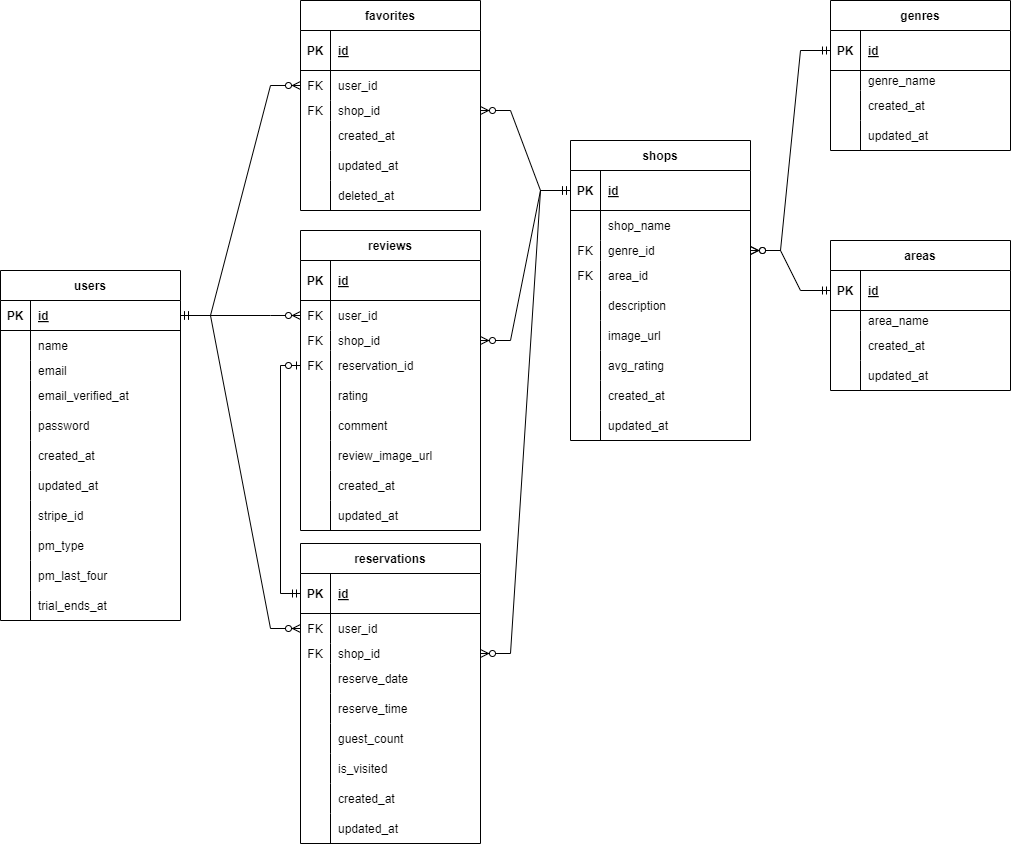
eto0831/reservation-2 keeps this draw.io diagram as .drawio.png. Above is the earlier version. Source tidied: cells renumbered, new cells last; positions are measured from the earlier drawing's top-left corner, leaving out a move shared by most shapes.
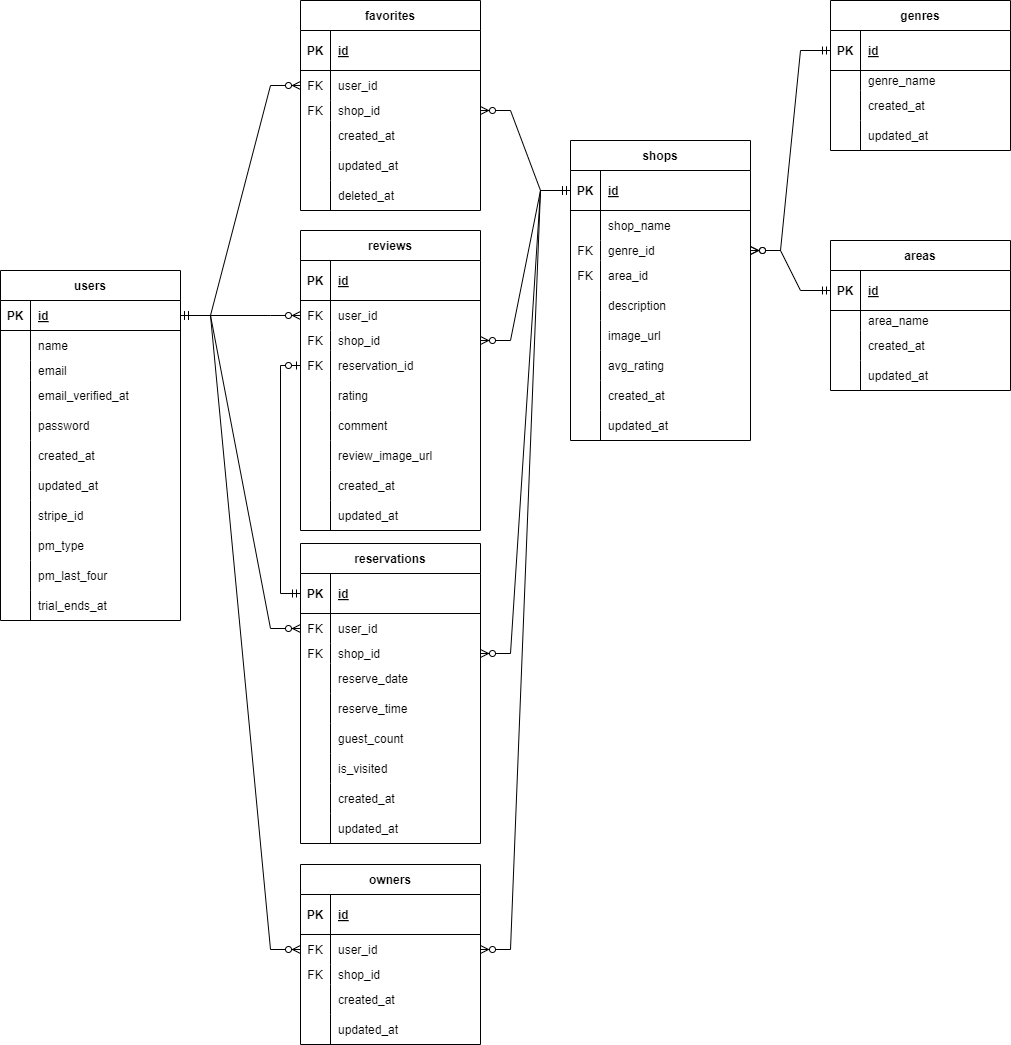
Later version of the same file.

The edit, as a diff of the source:
```diff
@@ -522,5 +522,59 @@
         </Array>
       </mxGeometry>
     </mxCell>
+    <mxCell id="174" value="owners" style="shape=table;startSize=30;rowLines=0;fontStyle=1;align=center;" parent="1" vertex="1">
+      <mxGeometry x="300" y="864" width="180" height="180" as="geometry" />
+    </mxCell>
+    <mxCell id="175" style="shape=tableRow;horizontal=0;startSize=0;swimlaneHead=0;swimlaneBody=0;fillColor=none;top=0;left=0;right=0;bottom=1;" parent="174" vertex="1">
+      <mxGeometry y="30" width="180" height="40" as="geometry" />
+    </mxCell>
+    <mxCell id="176" value="PK" style="shape=partialRectangle;fillColor=none;top=0;left=0;bottom=0;right=0;fontStyle=1;overflow=hidden;" parent="175" vertex="1">
+      <mxGeometry width="30" height="40" as="geometry" />
+    </mxCell>
+    <mxCell id="177" value="id" style="shape=partialRectangle;fillColor=none;top=0;left=0;bottom=0;right=0;align=left;spacingLeft=6;fontStyle=5;overflow=hidden;" parent="175" vertex="1">
+      <mxGeometry x="30" width="150" height="40" as="geometry" />
+    </mxCell>
+    <mxCell id="178" style="shape=tableRow;horizontal=0;startSize=0;swimlaneHead=0;swimlaneBody=0;fillColor=none;points=[[0,0.5],[1,0.5]];portConstraint=eastwest;top=0;left=0;right=0;bottom=0;" parent="174" vertex="1">
+      <mxGeometry y="70" width="180" height="30" as="geometry" />
+    </mxCell>
+    <mxCell id="179" value="FK" style="shape=partialRectangle;fillColor=none;top=0;left=0;bottom=0;right=0;overflow=hidden;" parent="178" vertex="1">
+      <mxGeometry width="30" height="30" as="geometry" />
+    </mxCell>
+    <mxCell id="180" value="user_id" style="shape=partialRectangle;fillColor=none;top=0;left=0;bottom=0;right=0;align=left;spacingLeft=6;overflow=hidden;" parent="178" vertex="1">
+      <mxGeometry x="30" width="150" height="30" as="geometry" />
+    </mxCell>
+    <mxCell id="181" style="shape=tableRow;horizontal=0;startSize=0;swimlaneHead=0;swimlaneBody=0;fillColor=none;top=0;left=0;right=0;bottom=0;" parent="174" vertex="1">
+      <mxGeometry y="100" width="180" height="20" as="geometry" />
+    </mxCell>
+    <mxCell id="182" value="FK" style="shape=partialRectangle;fillColor=none;top=0;left=0;bottom=0;right=0;overflow=hidden;" parent="181" vertex="1">
+      <mxGeometry width="30" height="20" as="geometry" />
+    </mxCell>
+    <mxCell id="183" value="shop_id" style="shape=partialRectangle;fillColor=none;top=0;left=0;bottom=0;right=0;align=left;spacingLeft=6;overflow=hidden;" parent="181" vertex="1">
+      <mxGeometry x="30" width="150" height="20" as="geometry" />
+    </mxCell>
+    <mxCell id="184" style="shape=tableRow;horizontal=0;startSize=0;swimlaneHead=0;swimlaneBody=0;fillColor=none;top=0;left=0;right=0;bottom=0;" parent="174" vertex="1">
+      <mxGeometry y="120" width="180" height="30" as="geometry" />
+    </mxCell>
+    <mxCell id="185" style="shape=partialRectangle;fillColor=none;top=0;left=0;bottom=0;right=0;overflow=hidden;" parent="184" vertex="1">
+      <mxGeometry width="30" height="30" as="geometry" />
+    </mxCell>
+    <mxCell id="186" value="created_at" style="shape=partialRectangle;fillColor=none;top=0;left=0;bottom=0;right=0;align=left;spacingLeft=6;overflow=hidden;" parent="184" vertex="1">
+      <mxGeometry x="30" width="150" height="30" as="geometry" />
+    </mxCell>
+    <mxCell id="187" style="shape=tableRow;horizontal=0;startSize=0;swimlaneHead=0;swimlaneBody=0;fillColor=none;top=0;left=0;right=0;bottom=0;" parent="174" vertex="1">
+      <mxGeometry y="150" width="180" height="30" as="geometry" />
+    </mxCell>
+    <mxCell id="188" style="shape=partialRectangle;fillColor=none;top=0;left=0;bottom=0;right=0;overflow=hidden;" parent="187" vertex="1">
+      <mxGeometry width="30" height="30" as="geometry" />
+    </mxCell>
+    <mxCell id="189" value="updated_at" style="shape=partialRectangle;fillColor=none;top=0;left=0;bottom=0;right=0;align=left;spacingLeft=6;overflow=hidden;" parent="187" vertex="1">
+      <mxGeometry x="30" width="150" height="30" as="geometry" />
+    </mxCell>
+    <mxCell id="190" style="edgeStyle=entityRelationEdgeStyle;fontSize=12;html=1;endArrow=ERzeroToMany;startArrow=ERmandOne;rounded=0;entryX=0;entryY=0.5;entryDx=0;entryDy=0;exitX=1;exitY=0.5;exitDx=0;exitDy=0;startFill=0;" parent="1" edge="1" source="3" target="178">
+      <mxGeometry relative="1" as="geometry" />
+    </mxCell>
+    <mxCell id="191" style="edgeStyle=entityRelationEdgeStyle;fontSize=12;html=1;endArrow=ERmandOne;startArrow=ERzeroToMany;rounded=0;startFill=0;endFill=0;entryX=0;entryY=0.5;entryDx=0;entryDy=0;exitX=1;exitY=0.5;exitDx=0;exitDy=0;" parent="1" edge="1" source="178" target="37">
+      <mxGeometry relative="1" as="geometry" />
+    </mxCell>
   </root>
 </mxGraphModel>
```
